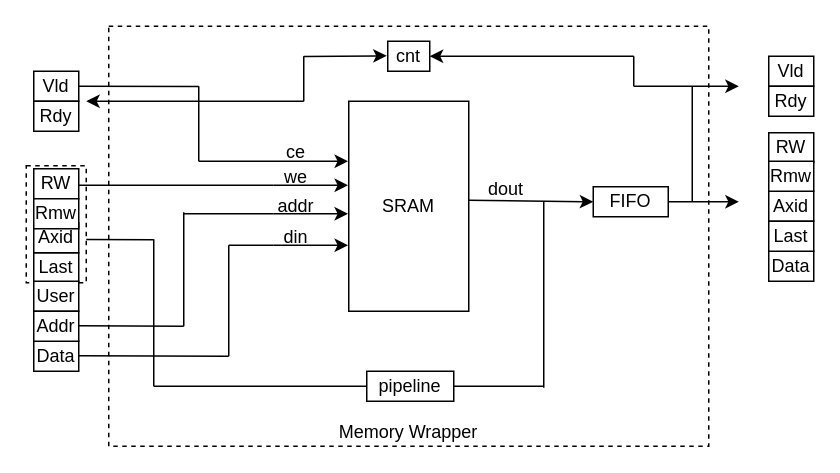
Above: page "mem wrapper" (2 of 4) of axi_mem_controller/axi_mem.drawio in fliibs/fcip (draw.io), before the change. Source tidied: cells renumbered, new cells numbered last; positions are measured from the earlier drawing's top-left corner, leaving out a move shared by most shapes. Both pictures are drawn from the tidied source at 150%, with x=0, y=0 at pixel (26, 26).
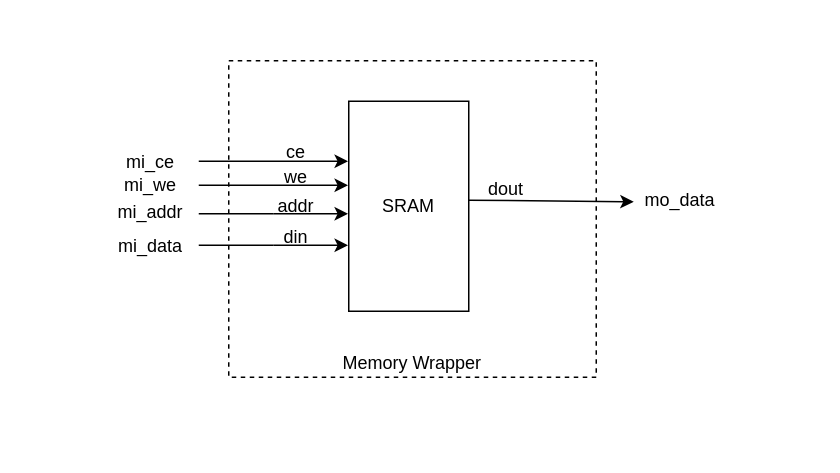
After the change.

Unchanged cells that the change refers to:
```xml
<mxCell id="9" value="&lt;span style=&quot;font-weight: normal;&quot;&gt;we&lt;/span&gt;" style="text;strokeColor=none;align=center;fillColor=none;html=1;verticalAlign=middle;whiteSpace=wrap;rounded=0;fontStyle=1;" parent="1" vertex="1">
  <mxGeometry x="165" y="96" width="30" height="10" as="geometry" />
</mxCell>
```

Change to the diagram source:
```diff
@@
     <mxCell id="2" value="Memory Wrapper" style="whiteSpace=wrap;html=1;dashed=1;verticalAlign=bottom;" parent="1" vertex="1">
-      <mxGeometry x="55" width="400" height="280" as="geometry" />
+      <mxGeometry x="135" y="23" width="245" height="211" as="geometry" />
     </mxCell>
-    <mxCell id="3" style="edgeStyle=none;html=1;endArrow=none;endFill=0;exitX=0.979;exitY=0.63;exitDx=0;exitDy=0;exitPerimeter=0;" parent="1" edge="1" source="4">
-      <mxGeometry relative="1" as="geometry">
-        <mxPoint x="85" y="142.3" as="targetPoint" />
-      </mxGeometry>
-    </mxCell>
-    <mxCell id="4" style="whiteSpace=wrap;html=1;dashed=1;" parent="1" vertex="1">
-      <mxGeometry y="93" width="40" height="78" as="geometry" />
-    </mxCell>
@@
     <mxCell id="8" style="edgeStyle=none;html=1;exitX=0;exitY=0.5;exitDx=0;exitDy=0;fontColor=none;rounded=0;endArrow=none;endFill=0;startArrow=classic;startFill=1;" parent="1" edge="1">
       <mxGeometry relative="1" as="geometry">
         <mxPoint x="214.5" y="106" as="sourcePoint" />
-        <mxPoint x="165" y="106" as="targetPoint" />
+        <mxPoint x="115" y="106" as="targetPoint" />
       </mxGeometry>
     </mxCell>
@@
-    <mxCell id="14" style="edgeStyle=none;html=1;exitX=0;exitY=0.5;exitDx=0;exitDy=0;fontColor=none;rounded=0;endArrow=none;endFill=0;startArrow=classic;startFill=1;" parent="1" edge="1" source="38">
+    <mxCell id="14" style="edgeStyle=none;html=1;fontColor=none;rounded=0;endArrow=none;endFill=0;startArrow=classic;startFill=1;" parent="1" edge="1">
       <mxGeometry relative="1" as="geometry">
+        <mxPoint x="405" y="117" as="sourcePoint" />
         <mxPoint x="295" y="116" as="targetPoint" />
       </mxGeometry>
     </mxCell>
@@
-    <mxCell id="16" value="Last" style="rounded=0;whiteSpace=wrap;html=1;" parent="1" vertex="1">
-      <mxGeometry x="5" y="151" width="30" height="20" as="geometry" />
-    </mxCell>
-    <mxCell id="17" value="Data" style="rounded=0;whiteSpace=wrap;html=1;" parent="1" vertex="1">
-      <mxGeometry x="5" y="210" width="30" height="20" as="geometry" />
-    </mxCell>
-    <mxCell id="18" value="Axid" style="rounded=0;whiteSpace=wrap;html=1;" parent="1" vertex="1">
-      <mxGeometry x="5" y="131" width="30" height="20" as="geometry" />
-    </mxCell>
-    <mxCell id="19" style="edgeStyle=none;html=1;exitX=1;exitY=0.5;exitDx=0;exitDy=0;endArrow=none;endFill=0;" parent="1" edge="1" source="20">
-      <mxGeometry relative="1" as="geometry">
-        <mxPoint x="115" y="40.2" as="targetPoint" />
-      </mxGeometry>
-    </mxCell>
-    <mxCell id="20" value="Vld" style="rounded=0;whiteSpace=wrap;html=1;" parent="1" vertex="1">
-      <mxGeometry x="5" y="30" width="30" height="20" as="geometry" />
-    </mxCell>
-    <mxCell id="21" value="Rdy" style="rounded=0;whiteSpace=wrap;html=1;" parent="1" vertex="1">
-      <mxGeometry x="5" y="50" width="30" height="20" as="geometry" />
-    </mxCell>
-    <mxCell id="22" value="User" style="rounded=0;whiteSpace=wrap;html=1;" parent="1" vertex="1">
-      <mxGeometry x="5" y="170" width="30" height="20" as="geometry" />
-    </mxCell>
-    <mxCell id="23" value="RW" style="rounded=0;whiteSpace=wrap;html=1;" parent="1" vertex="1">
-      <mxGeometry x="5" y="95" width="30" height="20" as="geometry" />
-    </mxCell>
-    <mxCell id="24" value="Rmw" style="rounded=0;whiteSpace=wrap;html=1;" parent="1" vertex="1">
-      <mxGeometry x="5" y="115" width="30" height="20" as="geometry" />
-    </mxCell>
-    <mxCell id="25" value="Addr" style="rounded=0;whiteSpace=wrap;html=1;" parent="1" vertex="1">
-      <mxGeometry x="5" y="190" width="30" height="20" as="geometry" />
-    </mxCell>
-    <mxCell id="26" style="edgeStyle=none;html=1;exitX=0;exitY=1;exitDx=0;exitDy=0;fontColor=none;rounded=0;endArrow=none;endFill=0;startArrow=none;startFill=0;" parent="1" edge="1" source="9">
-      <mxGeometry relative="1" as="geometry">
-        <mxPoint x="35" y="106" as="targetPoint" />
-      </mxGeometry>
-    </mxCell>
-    <mxCell id="27" style="edgeStyle=none;html=1;fontColor=none;rounded=0;endArrow=none;endFill=0;startArrow=none;startFill=0;" parent="1" edge="1">
-      <mxGeometry relative="1" as="geometry">
-        <mxPoint x="105" y="200" as="sourcePoint" />
-        <mxPoint x="35" y="199.7" as="targetPoint" />
-      </mxGeometry>
-    </mxCell>
-    <mxCell id="28" style="edgeStyle=none;html=1;fontColor=none;rounded=0;endArrow=none;endFill=0;startArrow=none;startFill=0;" parent="1" edge="1">
-      <mxGeometry relative="1" as="geometry">
-        <mxPoint x="105" y="124" as="sourcePoint" />
-        <mxPoint x="105" y="200" as="targetPoint" />
-      </mxGeometry>
-    </mxCell>
     <mxCell id="29" style="edgeStyle=none;html=1;fontColor=none;rounded=0;endArrow=none;endFill=0;startArrow=none;startFill=0;" parent="1" edge="1">
       <mxGeometry relative="1" as="geometry">
         <mxPoint x="165" y="125" as="sourcePoint" />
-        <mxPoint x="105" y="125" as="targetPoint" />
+        <mxPoint x="115" y="125" as="targetPoint" />
       </mxGeometry>
     </mxCell>
-    <mxCell id="30" style="edgeStyle=none;html=1;fontColor=none;rounded=0;endArrow=none;endFill=0;startArrow=none;startFill=0;" parent="1" edge="1">
-      <mxGeometry relative="1" as="geometry">
-        <mxPoint x="135" y="220" as="sourcePoint" />
-        <mxPoint x="35" y="219.7" as="targetPoint" />
-      </mxGeometry>
-    </mxCell>
-    <mxCell id="31" style="edgeStyle=none;html=1;fontColor=none;rounded=0;endArrow=none;endFill=0;startArrow=none;startFill=0;" parent="1" edge="1">
-      <mxGeometry relative="1" as="geometry">
-        <mxPoint x="135" y="146" as="sourcePoint" />
-        <mxPoint x="135" y="220" as="targetPoint" />
-      </mxGeometry>
-    </mxCell>
     <mxCell id="32" style="edgeStyle=none;html=1;fontColor=none;rounded=0;endArrow=none;endFill=0;startArrow=none;startFill=0;" parent="1" edge="1">
       <mxGeometry relative="1" as="geometry">
         <mxPoint x="165" y="146" as="sourcePoint" />
-        <mxPoint x="135" y="146" as="targetPoint" />
+        <mxPoint x="115" y="146" as="targetPoint" />
       </mxGeometry>
     </mxCell>
-    <mxCell id="33" style="edgeStyle=none;html=1;fontColor=none;rounded=0;endArrow=none;endFill=0;startArrow=none;startFill=0;" parent="1" edge="1">
-      <mxGeometry relative="1" as="geometry">
-        <mxPoint x="85" y="142" as="sourcePoint" />
-        <mxPoint x="85" y="240" as="targetPoint" />
-      </mxGeometry>
-    </mxCell>
-    <mxCell id="34" style="edgeStyle=none;html=1;fontColor=none;rounded=0;endArrow=none;endFill=0;startArrow=none;startFill=0;" parent="1" edge="1">
-      <mxGeometry relative="1" as="geometry">
-        <mxPoint x="235" y="240" as="sourcePoint" />
-        <mxPoint x="85" y="240" as="targetPoint" />
-      </mxGeometry>
-    </mxCell>
-    <mxCell id="35" style="edgeStyle=none;html=1;endArrow=none;endFill=0;" parent="1" edge="1" source="36">
-      <mxGeometry relative="1" as="geometry">
-        <mxPoint x="345" y="240" as="targetPoint" />
-      </mxGeometry>
-    </mxCell>
-    <mxCell id="36" value="pipeline" style="rounded=0;whiteSpace=wrap;html=1;" parent="1" vertex="1">
-      <mxGeometry x="227" y="230" width="58" height="20" as="geometry" />
-    </mxCell>
-    <mxCell id="37" style="edgeStyle=none;html=1;exitX=1;exitY=0.5;exitDx=0;exitDy=0;endArrow=classic;endFill=1;" parent="1" edge="1" source="38">
-      <mxGeometry relative="1" as="geometry">
-        <mxPoint x="475" y="117" as="targetPoint" />
-      </mxGeometry>
-    </mxCell>
-    <mxCell id="38" value="FIFO" style="rounded=0;whiteSpace=wrap;html=1;" parent="1" vertex="1">
-      <mxGeometry x="378" y="107" width="50" height="20" as="geometry" />
-    </mxCell>
-    <mxCell id="39" style="edgeStyle=none;html=1;fontColor=none;rounded=0;endArrow=none;endFill=0;startArrow=none;startFill=0;" parent="1" edge="1">
-      <mxGeometry relative="1" as="geometry">
-        <mxPoint x="345" y="117" as="sourcePoint" />
-        <mxPoint x="345" y="241" as="targetPoint" />
-      </mxGeometry>
-    </mxCell>
-    <mxCell id="40" value="Axid" style="rounded=0;whiteSpace=wrap;html=1;" parent="1" vertex="1">
-      <mxGeometry x="495" y="110" width="30" height="20" as="geometry" />
-    </mxCell>
-    <mxCell id="41" value="Data" style="rounded=0;whiteSpace=wrap;html=1;" parent="1" vertex="1">
-      <mxGeometry x="495" y="150" width="30" height="20" as="geometry" />
-    </mxCell>
-    <mxCell id="42" value="Last" style="rounded=0;whiteSpace=wrap;html=1;" parent="1" vertex="1">
-      <mxGeometry x="495" y="130" width="30" height="20" as="geometry" />
-    </mxCell>
-    <mxCell id="43" value="RW" style="rounded=0;whiteSpace=wrap;html=1;" parent="1" vertex="1">
-      <mxGeometry x="495" y="71" width="30" height="20" as="geometry" />
-    </mxCell>
-    <mxCell id="44" value="Rmw" style="rounded=0;whiteSpace=wrap;html=1;" parent="1" vertex="1">
-      <mxGeometry x="495" y="90" width="30" height="20" as="geometry" />
-    </mxCell>
-    <mxCell id="45" value="Vld" style="rounded=0;whiteSpace=wrap;html=1;" parent="1" vertex="1">
-      <mxGeometry x="495" y="20" width="30" height="20" as="geometry" />
-    </mxCell>
-    <mxCell id="46" value="Rdy" style="rounded=0;whiteSpace=wrap;html=1;" parent="1" vertex="1">
-      <mxGeometry x="495" y="40" width="30" height="20" as="geometry" />
-    </mxCell>
-    <mxCell id="47" style="edgeStyle=none;html=1;exitX=1;exitY=0.5;exitDx=0;exitDy=0;endArrow=none;endFill=0;startArrow=classic;startFill=1;" parent="1" edge="1" source="48">
-      <mxGeometry relative="1" as="geometry">
-        <mxPoint x="405" y="20" as="targetPoint" />
-      </mxGeometry>
-    </mxCell>
-    <mxCell id="48" value="cnt" style="rounded=0;whiteSpace=wrap;html=1;" parent="1" vertex="1">
-      <mxGeometry x="241" y="10" width="28" height="20" as="geometry" />
-    </mxCell>
-    <mxCell id="49" style="edgeStyle=none;html=1;fontColor=none;rounded=0;endArrow=none;endFill=0;startArrow=none;startFill=0;" parent="1" edge="1">
-      <mxGeometry relative="1" as="geometry">
-        <mxPoint x="115" y="40" as="sourcePoint" />
-        <mxPoint x="115" y="90" as="targetPoint" />
-      </mxGeometry>
-    </mxCell>
-    <mxCell id="50" style="edgeStyle=none;html=1;endArrow=classic;endFill=1;" parent="1" edge="1">
-      <mxGeometry relative="1" as="geometry">
-        <mxPoint x="405" y="40" as="sourcePoint" />
-        <mxPoint x="475" y="40" as="targetPoint" />
-      </mxGeometry>
-    </mxCell>
-    <mxCell id="51" style="edgeStyle=none;html=1;fontColor=none;rounded=0;endArrow=none;endFill=0;startArrow=none;startFill=0;" parent="1" edge="1">
-      <mxGeometry relative="1" as="geometry">
-        <mxPoint x="405" y="20" as="sourcePoint" />
-        <mxPoint x="405" y="40" as="targetPoint" />
-      </mxGeometry>
-    </mxCell>
-    <mxCell id="52" style="edgeStyle=none;html=1;fontColor=none;rounded=0;endArrow=none;endFill=0;startArrow=none;startFill=0;" parent="1" edge="1">
-      <mxGeometry relative="1" as="geometry">
-        <mxPoint x="444" y="40" as="sourcePoint" />
-        <mxPoint x="444" y="117" as="targetPoint" />
-      </mxGeometry>
-    </mxCell>
-    <mxCell id="53" style="edgeStyle=none;html=1;exitX=1;exitY=0.5;exitDx=0;exitDy=0;endArrow=none;endFill=0;startArrow=classic;startFill=1;" parent="1" edge="1">
-      <mxGeometry relative="1" as="geometry">
-        <mxPoint x="40" y="50" as="sourcePoint" />
-        <mxPoint x="185" y="50" as="targetPoint" />
-      </mxGeometry>
-    </mxCell>
-    <mxCell id="54" style="edgeStyle=none;html=1;fontColor=none;rounded=0;endArrow=none;endFill=0;startArrow=none;startFill=0;" parent="1" edge="1">
-      <mxGeometry relative="1" as="geometry">
-        <mxPoint x="185" y="50" as="sourcePoint" />
-        <mxPoint x="185" y="20" as="targetPoint" />
-      </mxGeometry>
-    </mxCell>
-    <mxCell id="55" style="edgeStyle=none;html=1;endArrow=classic;endFill=1;entryX=-0.025;entryY=0.485;entryDx=0;entryDy=0;entryPerimeter=0;" parent="1" edge="1" target="48">
-      <mxGeometry relative="1" as="geometry">
-        <mxPoint x="185" y="20.2" as="sourcePoint" />
-      </mxGeometry>
-    </mxCell>
+    <mxCell id="56" value="mi_ce" style="text;strokeColor=none;align=center;fillColor=none;html=1;verticalAlign=middle;whiteSpace=wrap;rounded=0;" parent="1" vertex="1">
+      <mxGeometry x="53" y="80" width="60" height="21" as="geometry" />
+    </mxCell>
+    <mxCell id="57" value="mi_we" style="text;strokeColor=none;align=center;fillColor=none;html=1;verticalAlign=middle;whiteSpace=wrap;rounded=0;" parent="1" vertex="1">
+      <mxGeometry x="53" y="96.5" width="60" height="18.5" as="geometry" />
+    </mxCell>
+    <mxCell id="58" value="mi_addr" style="text;strokeColor=none;align=center;fillColor=none;html=1;verticalAlign=middle;whiteSpace=wrap;rounded=0;" parent="1" vertex="1">
+      <mxGeometry x="53" y="115" width="60" height="17.5" as="geometry" />
+    </mxCell>
+    <mxCell id="59" value="mi_data" style="text;strokeColor=none;align=center;fillColor=none;html=1;verticalAlign=middle;whiteSpace=wrap;rounded=0;" parent="1" vertex="1">
+      <mxGeometry x="53" y="139" width="60" height="16.5" as="geometry" />
+    </mxCell>
+    <mxCell id="60" value="mo_data" style="text;strokeColor=none;align=center;fillColor=none;html=1;verticalAlign=middle;whiteSpace=wrap;rounded=0;" parent="1" vertex="1">
+      <mxGeometry x="406" y="101" width="60" height="30" as="geometry" />
+    </mxCell>
```
